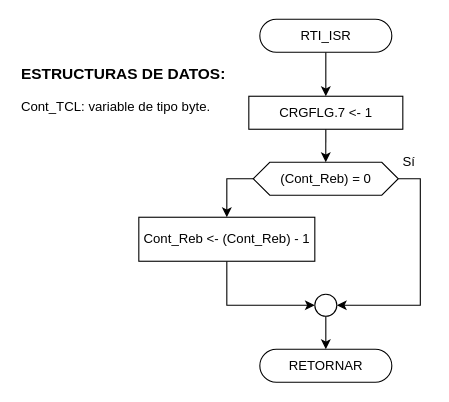
This is Tareas/T4/Diagramas/RTI_ISR.drawio from moisotico/Microprocesadores, a draw.io file, before an edit. Source tidied: cells renumbered, new cells numbered last; positions are measured from the earlier drawing's top-left corner, leaving out a move shared by most shapes. Both pictures are drawn from the tidied source at 110%, with x=0, y=0 at pixel (19, 19).
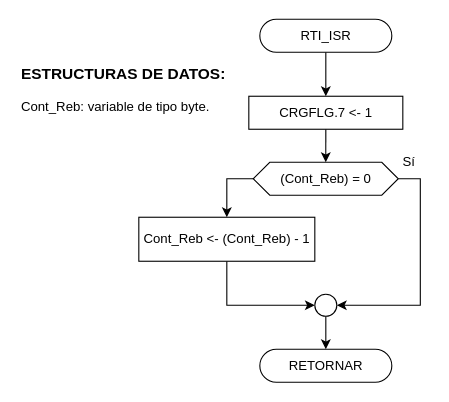
Above is the later version.

Change to the diagram source:
```diff
@@
 <mxGraphModel>
   <root>
     <mxCell id="0" />
     <mxCell id="1" parent="0" />
     <mxCell id="2" style="edgeStyle=orthogonalEdgeStyle;rounded=0;jettySize=auto;html=1;exitX=0.5;exitY=1;exitDx=0;exitDy=0;entryX=0.5;entryY=0;entryDx=0;entryDy=0;" parent="1" edge="1" source="3" target="15">
       <mxGeometry relative="1" as="geometry" />
     </mxCell>
     <mxCell id="3" value="RTI_ISR" style="rounded=1;whiteSpace=wrap;html=1;fontSize=12;glass=0;strokeWidth=1;shadow=0;arcSize=50;" parent="1" vertex="1">
       <mxGeometry x="218.7" width="120" height="30" as="geometry" />
     </mxCell>
     <mxCell id="4" style="edgeStyle=orthogonalEdgeStyle;rounded=0;jettySize=auto;html=1;exitX=0.5;exitY=1;exitDx=0;exitDy=0;entryX=0;entryY=0.5;entryDx=0;entryDy=0;" parent="1" edge="1" source="5" target="11">
       <mxGeometry relative="1" as="geometry" />
     </mxCell>
     <mxCell id="5" value="Cont_Reb &amp;lt;- (Cont_Reb) - 1&lt;span&gt;&lt;br&gt;&lt;/span&gt;" style="rounded=0;whiteSpace=wrap;html=1;" parent="1" vertex="1">
       <mxGeometry x="108.7" y="180" width="160" height="40" as="geometry" />
     </mxCell>
     <mxCell id="6" style="edgeStyle=orthogonalEdgeStyle;rounded=0;jettySize=auto;html=1;exitX=0;exitY=0.5;exitDx=0;exitDy=0;" parent="1" edge="1" source="8" target="5">
       <mxGeometry relative="1" as="geometry" />
     </mxCell>
     <mxCell id="7" style="edgeStyle=orthogonalEdgeStyle;rounded=0;jettySize=auto;html=1;exitX=1;exitY=0.5;exitDx=0;exitDy=0;entryX=1;entryY=0.5;entryDx=0;entryDy=0;" parent="1" edge="1" source="8" target="11">
       <mxGeometry relative="1" as="geometry" />
     </mxCell>
     <mxCell id="8" value="(Cont_Reb) = 0" style="shape=hexagon;perimeter=hexagonPerimeter2;whiteSpace=wrap;html=1;size=0.11394117647058827;" parent="1" vertex="1">
       <mxGeometry x="212.7" y="130" width="131.9" height="30" as="geometry" />
     </mxCell>
     <mxCell id="9" value="RETORNAR" style="rounded=1;whiteSpace=wrap;html=1;fontSize=12;glass=0;strokeWidth=1;shadow=0;arcSize=50;" parent="1" vertex="1">
       <mxGeometry x="218.7" y="300" width="120" height="30" as="geometry" />
     </mxCell>
     <mxCell id="10" style="edgeStyle=orthogonalEdgeStyle;rounded=0;jettySize=auto;html=1;exitX=0.5;exitY=1;exitDx=0;exitDy=0;entryX=0.5;entryY=0;entryDx=0;entryDy=0;" parent="1" edge="1" source="11" target="9">
       <mxGeometry relative="1" as="geometry" />
     </mxCell>
     <mxCell id="11" style="ellipse;whiteSpace=wrap;html=1;" parent="1" vertex="1">
       <mxGeometry x="268.7" y="250" width="20" height="20" as="geometry" />
     </mxCell>
     <mxCell id="12" value="Sí" style="text;html=1;align=center;verticalAlign=middle;" parent="1" vertex="1">
       <mxGeometry x="338.7" y="120" width="30" height="20" as="geometry" />
     </mxCell>
-    <mxCell id="13" value="&lt;h3 style=&quot;text-align: center&quot;&gt;ESTRUCTURAS DE DATOS:&lt;/h3&gt;&lt;p&gt;Cont_TCL: variable de tipo byte.&lt;/p&gt;&lt;p&gt;&lt;/p&gt;" style="text;html=1;strokeColor=none;fillColor=none;align=left;verticalAlign=middle;whiteSpace=wrap;rounded=0;" parent="1" vertex="1">
+    <mxCell id="13" value="&lt;h3 style=&quot;text-align: center&quot;&gt;ESTRUCTURAS DE DATOS:&lt;/h3&gt;&lt;p&gt;Cont_Reb: variable de tipo byte.&lt;/p&gt;&lt;p&gt;&lt;/p&gt;" style="text;html=1;strokeColor=none;fillColor=none;align=left;verticalAlign=middle;whiteSpace=wrap;rounded=0;" parent="1" vertex="1">
       <mxGeometry y="20" width="268.7" height="85" as="geometry" />
     </mxCell>
     <mxCell id="14" style="edgeStyle=orthogonalEdgeStyle;rounded=0;jettySize=auto;html=1;exitX=0.5;exitY=1;exitDx=0;exitDy=0;entryX=0.5;entryY=0;entryDx=0;entryDy=0;" parent="1" edge="1" source="15" target="8">
       <mxGeometry relative="1" as="geometry" />
     </mxCell>
     <mxCell id="15" value="&lt;span&gt;CRGFLG.7 &amp;lt;- 1&lt;br&gt;&lt;/span&gt;" style="rounded=0;whiteSpace=wrap;html=1;" parent="1" vertex="1">
       <mxGeometry x="208.7" y="70" width="140" height="30" as="geometry" />
     </mxCell>
   </root>
 </mxGraphModel>
```
